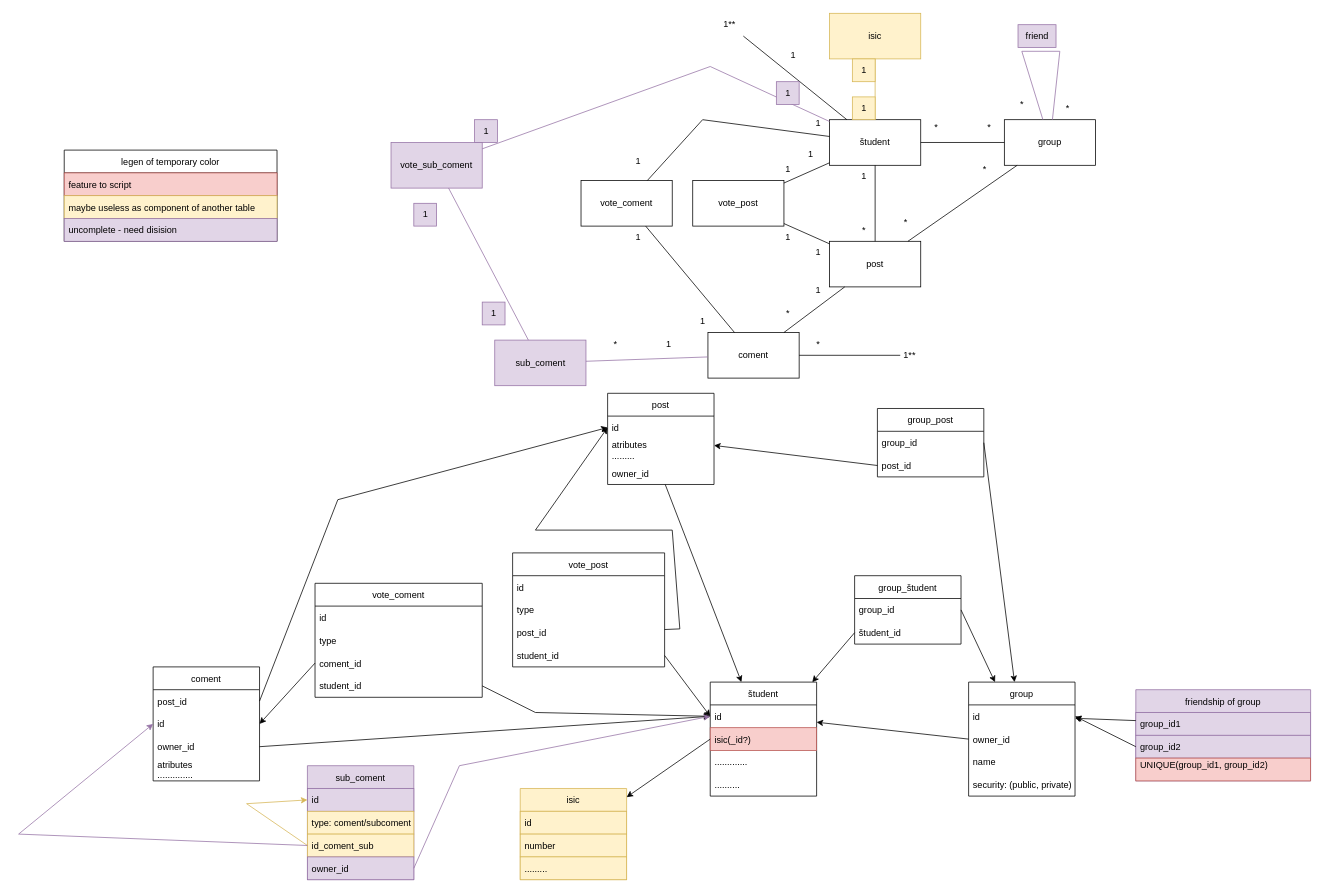
Earlier version of the draw.io diagram documentation/umlERDandER.drawio (MatejMagat305/RedditForStudents). Source tidied: cells renumbered, new cells numbered last; positions are measured from the earlier drawing's top-left corner, leaving out a move shared by most shapes. Both pictures are drawn from the tidied source at 76%, with x=0, y=0 at pixel (18, 13).
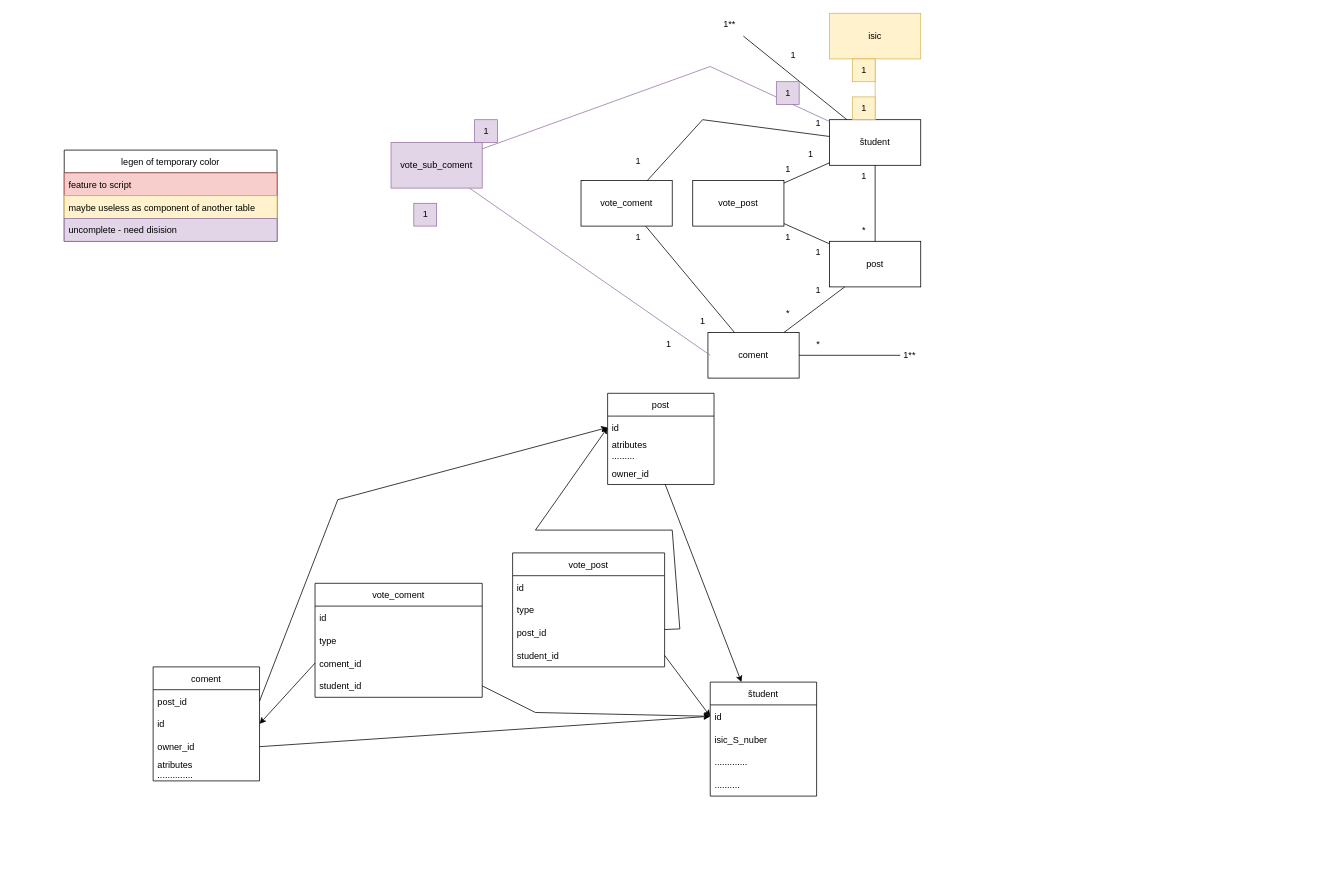
The same page after the edit.

Unchanged cells that the change refers to:
```xml
<mxCell id="2" value="študent" style="swimlane;fontStyle=0;horizontal=1;startSize=30;" parent="1" vertex="1">
  <mxGeometry x="910" y="880" width="140" height="150" as="geometry" />
</mxCell>
<mxCell id="3" value="id" style="text;strokeColor=none;fillColor=none;align=left;verticalAlign=middle;spacingLeft=4;spacingRight=4;overflow=hidden;points=[[0,0.5],[1,0.5]];portConstraint=eastwest;" parent="2" vertex="1">
  <mxGeometry y="30" width="140" height="30" as="geometry" />
</mxCell>
<mxCell id="18" value="post" style="swimlane;fontStyle=0;horizontal=1;startSize=30;" parent="1" vertex="1">
  <mxGeometry x="775" y="500" width="140" height="120" as="geometry" />
</mxCell>
<mxCell id="30" value="id" style="text;strokeColor=none;fillColor=none;align=left;verticalAlign=middle;spacingLeft=4;spacingRight=4;overflow=hidden;points=[[0,0.5],[1,0.5]];portConstraint=eastwest;" parent="28" vertex="1">
  <mxGeometry y="60" width="140" height="30" as="geometry" />
</mxCell>
<mxCell id="35" value="študent" style="rounded=0;whiteSpace=wrap;html=1;" parent="1" vertex="1">
  <mxGeometry x="1067" y="140" width="120" height="60" as="geometry" />
</mxCell>
<mxCell id="40" value="post" style="rounded=0;whiteSpace=wrap;html=1;" parent="1" vertex="1">
  <mxGeometry x="1067" y="300" width="120" height="60" as="geometry" />
</mxCell>
<mxCell id="56" value="coment" style="rounded=0;whiteSpace=wrap;html=1;" parent="1" vertex="1">
  <mxGeometry x="907" y="420" width="120" height="60" as="geometry" />
</mxCell>
<mxCell id="121" value="vote_sub_coment" style="rounded=0;whiteSpace=wrap;html=1;fillColor=#e1d5e7;strokeColor=#9673a6;" parent="1" vertex="1">
  <mxGeometry x="490" y="170" width="120" height="60" as="geometry" />
</mxCell>
```

What changed in the source:
```diff
@@
-    <mxCell id="4" value="isic(_id?)" style="text;strokeColor=#b85450;fillColor=#f8cecc;align=left;verticalAlign=middle;spacingLeft=4;spacingRight=4;overflow=hidden;points=[[0,0.5],[1,0.5]];portConstraint=eastwest;" parent="2" vertex="1">
+    <mxCell id="4" value="isic_S_nuber" style="text;align=left;verticalAlign=middle;spacingLeft=4;spacingRight=4;overflow=hidden;points=[[0,0.5],[1,0.5]];portConstraint=eastwest;" parent="2" vertex="1">
       <mxGeometry y="60" width="140" height="30" as="geometry" />
     </mxCell>
@@
-    <mxCell id="7" value="group" style="swimlane;fontStyle=0;horizontal=1;startSize=30;" parent="1" vertex="1">
-      <mxGeometry x="1250" y="880" width="140" height="150" as="geometry" />
-    </mxCell>
-    <mxCell id="8" value="id" style="text;strokeColor=none;fillColor=none;align=left;verticalAlign=middle;spacingLeft=4;spacingRight=4;overflow=hidden;points=[[0,0.5],[1,0.5]];portConstraint=eastwest;" parent="7" vertex="1">
-      <mxGeometry y="30" width="140" height="30" as="geometry" />
-    </mxCell>
-    <mxCell id="9" value="owner_id" style="text;strokeColor=none;fillColor=none;align=left;verticalAlign=middle;spacingLeft=4;spacingRight=4;overflow=hidden;points=[[0,0.5],[1,0.5]];portConstraint=eastwest;" parent="7" vertex="1">
-      <mxGeometry y="60" width="140" height="30" as="geometry" />
-    </mxCell>
-    <mxCell id="10" value="name" style="text;strokeColor=none;fillColor=none;align=left;verticalAlign=middle;spacingLeft=4;spacingRight=4;overflow=hidden;" parent="7" vertex="1">
-      <mxGeometry y="90" width="140" height="30" as="geometry" />
-    </mxCell>
-    <mxCell id="11" value="security: (public, private)" style="text;strokeColor=none;fillColor=none;align=left;verticalAlign=middle;spacingLeft=4;spacingRight=4;overflow=hidden;" parent="7" vertex="1">
-      <mxGeometry y="120" width="140" height="30" as="geometry" />
-    </mxCell>
-    <mxCell id="12" value="group_študent" style="swimlane;fontStyle=0;horizontal=1;startSize=30;" parent="1" vertex="1">
-      <mxGeometry x="1100" y="740" width="140" height="90" as="geometry" />
-    </mxCell>
-    <mxCell id="13" value="group_id" style="text;strokeColor=none;fillColor=none;align=left;verticalAlign=middle;spacingLeft=4;spacingRight=4;overflow=hidden;points=[[0,0.5],[1,0.5]];portConstraint=eastwest;" parent="12" vertex="1">
-      <mxGeometry y="30" width="140" height="30" as="geometry" />
-    </mxCell>
-    <mxCell id="14" value="študent_id" style="text;strokeColor=none;fillColor=none;align=left;verticalAlign=middle;spacingLeft=4;spacingRight=4;overflow=hidden;points=[[0,0.5],[1,0.5]];portConstraint=eastwest;" parent="12" vertex="1">
-      <mxGeometry y="60" width="140" height="30" as="geometry" />
-    </mxCell>
-    <mxCell id="15" style="endArrow=classic;html=1;rounded=0;exitX=0;exitY=0.5;exitDx=0;exitDy=0;" parent="1" edge="1" source="9" target="3">
-      <mxGeometry relative="1" as="geometry" />
-    </mxCell>
-    <mxCell id="16" style="endArrow=classic;html=1;rounded=0;exitX=1;exitY=0.5;exitDx=0;exitDy=0;" parent="1" edge="1" source="13" target="7">
-      <mxGeometry relative="1" as="geometry" />
-    </mxCell>
-    <mxCell id="17" style="endArrow=classic;html=1;rounded=0;exitX=0;exitY=0.5;exitDx=0;exitDy=0;" parent="1" edge="1" source="14" target="2">
-      <mxGeometry relative="1" as="geometry" />
-    </mxCell>
@@
-    <mxCell id="22" value="group_post" style="swimlane;fontStyle=0;horizontal=1;startSize=30;" parent="1" vertex="1">
-      <mxGeometry x="1130" y="520" width="140" height="90" as="geometry" />
-    </mxCell>
-    <mxCell id="23" value="group_id" style="text;strokeColor=none;fillColor=none;align=left;verticalAlign=middle;spacingLeft=4;spacingRight=4;overflow=hidden;points=[[0,0.5],[1,0.5]];portConstraint=eastwest;" parent="22" vertex="1">
-      <mxGeometry y="30" width="140" height="30" as="geometry" />
-    </mxCell>
-    <mxCell id="24" value="post_id" style="text;strokeColor=none;fillColor=none;align=left;verticalAlign=middle;spacingLeft=4;spacingRight=4;overflow=hidden;points=[[0,0.5],[1,0.5]];portConstraint=eastwest;" parent="22" vertex="1">
-      <mxGeometry y="60" width="140" height="30" as="geometry" />
-    </mxCell>
-    <mxCell id="25" style="endArrow=classic;html=1;rounded=0;exitX=1;exitY=0.5;exitDx=0;exitDy=0;" parent="1" edge="1" source="23" target="7">
-      <mxGeometry relative="1" as="geometry" />
-    </mxCell>
-    <mxCell id="26" style="endArrow=classic;html=1;rounded=0;exitX=0;exitY=0.5;exitDx=0;exitDy=0;" parent="1" edge="1" source="24" target="18">
-      <mxGeometry relative="1" as="geometry" />
-    </mxCell>
@@
-    <mxCell id="36" value="group" style="rounded=0;whiteSpace=wrap;html=1;" parent="1" vertex="1">
-      <mxGeometry x="1297" y="140" width="120" height="60" as="geometry" />
-    </mxCell>
-    <mxCell id="37" style="endArrow=none;html=1;rounded=0;" parent="1" edge="1" source="35" target="36">
-      <mxGeometry relative="1" as="geometry" />
-    </mxCell>
-    <mxCell id="38" value="*" style="text;html=1;align=center;verticalAlign=middle;strokeColor=none;fillColor=none;" parent="1" vertex="1">
-      <mxGeometry x="1192" y="135" width="30" height="30" as="geometry" />
-    </mxCell>
-    <mxCell id="39" value="*" style="text;html=1;align=center;verticalAlign=middle;strokeColor=none;fillColor=none;" parent="1" vertex="1">
-      <mxGeometry x="1262" y="135" width="30" height="30" as="geometry" />
-    </mxCell>
@@
-    <mxCell id="41" value="isic" style="swimlane;fontStyle=0;horizontal=1;startSize=30;fillColor=#fff2cc;strokeColor=#d6b656;" parent="1" vertex="1">
-      <mxGeometry x="660" y="1020" width="140" height="120" as="geometry" />
-    </mxCell>
-    <mxCell id="42" value="id" style="text;strokeColor=#d6b656;fillColor=#fff2cc;align=left;verticalAlign=middle;spacingLeft=4;spacingRight=4;overflow=hidden;" parent="41" vertex="1">
-      <mxGeometry y="30" width="140" height="30" as="geometry" />
-    </mxCell>
-    <mxCell id="43" value="number" style="text;strokeColor=#d6b656;fillColor=#fff2cc;align=left;verticalAlign=middle;spacingLeft=4;spacingRight=4;overflow=hidden;" parent="41" vertex="1">
-      <mxGeometry y="60" width="140" height="30" as="geometry" />
-    </mxCell>
-    <mxCell id="44" value="........." style="text;strokeColor=#d6b656;fillColor=#fff2cc;align=left;verticalAlign=middle;spacingLeft=4;spacingRight=4;overflow=hidden;" parent="41" vertex="1">
-      <mxGeometry y="90" width="140" height="30" as="geometry" />
-    </mxCell>
-    <mxCell id="45" style="endArrow=classic;html=1;rounded=0;exitX=0;exitY=0.5;exitDx=0;exitDy=0;" parent="1" edge="1" source="4" target="41">
-      <mxGeometry relative="1" as="geometry" />
-    </mxCell>
@@
-    <mxCell id="53" style="endArrow=none;html=1;rounded=0;" parent="1" edge="1" source="40" target="36">
-      <mxGeometry relative="1" as="geometry" />
-    </mxCell>
-    <mxCell id="54" value="*" style="text;html=1;align=center;verticalAlign=middle;strokeColor=none;fillColor=none;" parent="1" vertex="1">
-      <mxGeometry x="1152" y="260" width="30" height="30" as="geometry" />
-    </mxCell>
-    <mxCell id="55" value="*" style="text;html=1;align=center;verticalAlign=middle;strokeColor=none;fillColor=none;" parent="1" vertex="1">
-      <mxGeometry x="1256" y="190" width="30" height="30" as="geometry" />
-    </mxCell>
@@
-    <mxCell id="92" style="endArrow=none;html=1;rounded=0;fillColor=#e1d5e7;strokeColor=#9673a6;" parent="1" edge="1" source="36" target="36">
-      <mxGeometry relative="1" as="geometry">
-        <Array as="points">
-          <mxPoint x="1370" y="50" />
-          <mxPoint x="1320" y="50" />
-        </Array>
-      </mxGeometry>
-    </mxCell>
-    <mxCell id="93" value="friend" style="text;html=1;align=center;verticalAlign=middle;strokeColor=#9673a6;fillColor=#e1d5e7;" parent="1" vertex="1">
-      <mxGeometry x="1315" y="15" width="50" height="30" as="geometry" />
-    </mxCell>
-    <mxCell id="94" value="*" style="text;html=1;align=center;verticalAlign=middle;strokeColor=none;fillColor=none;" parent="1" vertex="1">
-      <mxGeometry x="1305" y="105" width="30" height="30" as="geometry" />
-    </mxCell>
-    <mxCell id="95" value="friendship of group" style="swimlane;fontStyle=0;horizontal=1;startSize=30;fillColor=#e1d5e7;strokeColor=#9673a6;" parent="1" vertex="1">
-      <mxGeometry x="1470" y="890" width="230" height="120" as="geometry" />
-    </mxCell>
-    <mxCell id="96" value="group_id1 " style="text;strokeColor=#9673a6;fillColor=#e1d5e7;align=left;verticalAlign=middle;spacingLeft=4;spacingRight=4;overflow=hidden;points=[[0,0.5],[1,0.5]];portConstraint=eastwest;" parent="95" vertex="1">
-      <mxGeometry y="30" width="230" height="30" as="geometry" />
-    </mxCell>
-    <mxCell id="97" value="group_id2" style="text;strokeColor=#9673a6;fillColor=#e1d5e7;align=left;verticalAlign=middle;spacingLeft=4;spacingRight=4;overflow=hidden;points=[[0,0.5],[1,0.5]];portConstraint=eastwest;" parent="95" vertex="1">
-      <mxGeometry y="60" width="230" height="30" as="geometry" />
-    </mxCell>
-    <mxCell id="98" value="UNIQUE(group_id1, group_id2)&#10; " style="text;strokeColor=#b85450;fillColor=#f8cecc;align=left;verticalAlign=middle;spacingLeft=4;spacingRight=4;overflow=hidden;" parent="95" vertex="1">
-      <mxGeometry y="90" width="230" height="30" as="geometry" />
-    </mxCell>
-    <mxCell id="99" style="endArrow=classic;html=1;rounded=0;" parent="1" edge="1" source="96" target="8">
-      <mxGeometry relative="1" as="geometry" />
-    </mxCell>
-    <mxCell id="100" style="endArrow=classic;html=1;rounded=0;entryX=1;entryY=0.5;entryDx=0;entryDy=0;exitX=0;exitY=0.5;exitDx=0;exitDy=0;" parent="1" edge="1" source="97" target="8">
-      <mxGeometry relative="1" as="geometry" />
-    </mxCell>
-    <mxCell id="101" value="*" style="text;html=1;align=center;verticalAlign=middle;strokeColor=none;fillColor=none;" parent="1" vertex="1">
-      <mxGeometry x="1365" y="110" width="30" height="30" as="geometry" />
-    </mxCell>
-    <mxCell id="102" value="sub_coment" style="swimlane;fontStyle=0;horizontal=1;startSize=30;fillColor=#e1d5e7;strokeColor=#9673a6;" parent="1" vertex="1">
-      <mxGeometry x="380" y="990" width="140" height="150" as="geometry" />
-    </mxCell>
-    <mxCell id="103" value="id" style="text;strokeColor=#9673a6;fillColor=#e1d5e7;align=left;verticalAlign=middle;spacingLeft=4;spacingRight=4;overflow=hidden;points=[[0,0.5],[1,0.5]];portConstraint=eastwest;" parent="102" vertex="1">
-      <mxGeometry y="30" width="140" height="30" as="geometry" />
-    </mxCell>
-    <mxCell id="104" value="type: coment/subcoment" style="text;strokeColor=#d6b656;fillColor=#fff2cc;align=left;verticalAlign=middle;spacingLeft=4;spacingRight=4;overflow=hidden;" parent="102" vertex="1">
-      <mxGeometry y="60" width="140" height="30" as="geometry" />
-    </mxCell>
-    <mxCell id="105" value="id_coment_sub" style="text;strokeColor=#d6b656;fillColor=#fff2cc;align=left;verticalAlign=middle;spacingLeft=4;spacingRight=4;overflow=hidden;points=[[0,0.5],[1,0.5]];portConstraint=eastwest;" parent="102" vertex="1">
-      <mxGeometry y="90" width="140" height="30" as="geometry" />
-    </mxCell>
-    <mxCell id="106" value="owner_id" style="text;strokeColor=#9673a6;fillColor=#e1d5e7;align=left;verticalAlign=middle;spacingLeft=4;spacingRight=4;overflow=hidden;points=[[0,0.5],[1,0.5]];portConstraint=eastwest;" parent="102" vertex="1">
-      <mxGeometry y="120" width="140" height="30" as="geometry" />
-    </mxCell>
-    <mxCell id="107" style="endArrow=classic;html=1;rounded=0;entryX=0;entryY=0.5;entryDx=0;entryDy=0;exitX=0;exitY=0.5;exitDx=0;exitDy=0;fillColor=#fff2cc;strokeColor=#d6b656;" parent="102" edge="1" source="105" target="103">
-      <mxGeometry relative="1" as="geometry">
-        <Array as="points">
-          <mxPoint x="-80" y="50" />
-        </Array>
-      </mxGeometry>
-    </mxCell>
-    <mxCell id="108" style="endArrow=classic;html=1;rounded=0;exitX=0;exitY=0.5;exitDx=0;exitDy=0;entryX=0;entryY=0.5;entryDx=0;entryDy=0;fillColor=#e1d5e7;strokeColor=#9673a6;" parent="1" edge="1" source="105" target="30">
-      <mxGeometry relative="1" as="geometry">
-        <Array as="points">
-          <mxPoint y="1080" />
-        </Array>
-      </mxGeometry>
-    </mxCell>
-    <mxCell id="109" style="endArrow=classic;html=1;rounded=0;exitX=1;exitY=0.5;exitDx=0;exitDy=0;entryX=0;entryY=0.5;entryDx=0;entryDy=0;fillColor=#e1d5e7;strokeColor=#9673a6;" parent="1" edge="1" source="106" target="3">
-      <mxGeometry relative="1" as="geometry">
-        <Array as="points">
-          <mxPoint x="580" y="990" />
-        </Array>
-      </mxGeometry>
-    </mxCell>
-    <mxCell id="110" value="sub_coment" style="rounded=0;whiteSpace=wrap;html=1;fillColor=#e1d5e7;strokeColor=#9673a6;" parent="1" vertex="1">
-      <mxGeometry x="626.5" y="430" width="120" height="60" as="geometry" />
-    </mxCell>
-    <mxCell id="111" style="endArrow=none;html=1;rounded=0;fillColor=#e1d5e7;strokeColor=#9673a6;" parent="1" edge="1" source="110" target="56">
-      <mxGeometry relative="1" as="geometry" />
-    </mxCell>
@@
-    <mxCell id="113" value="*" style="text;html=1;align=center;verticalAlign=middle;strokeColor=none;fillColor=none;" parent="1" vertex="1">
-      <mxGeometry x="770" y="420" width="30" height="30" as="geometry" />
-    </mxCell>
@@
-    <mxCell id="124" style="endArrow=none;html=1;rounded=0;fillColor=#e1d5e7;strokeColor=#9673a6;" parent="1" edge="1" source="121" target="110">
-      <mxGeometry relative="1" as="geometry" />
+    <mxCell id="124" style="endArrow=none;html=1;rounded=0;fillColor=#e1d5e7;strokeColor=#9673a6;" parent="1" edge="1" source="121">
+      <mxGeometry relative="1" as="geometry">
+        <mxPoint x="910" y="450" as="targetPoint" />
+      </mxGeometry>
     </mxCell>
@@
-    <mxCell id="126" value="1" style="text;html=1;align=center;verticalAlign=middle;strokeColor=#9673a6;fillColor=#e1d5e7;" parent="1" vertex="1">
-      <mxGeometry x="610" y="380" width="30" height="30" as="geometry" />
-    </mxCell>
```
